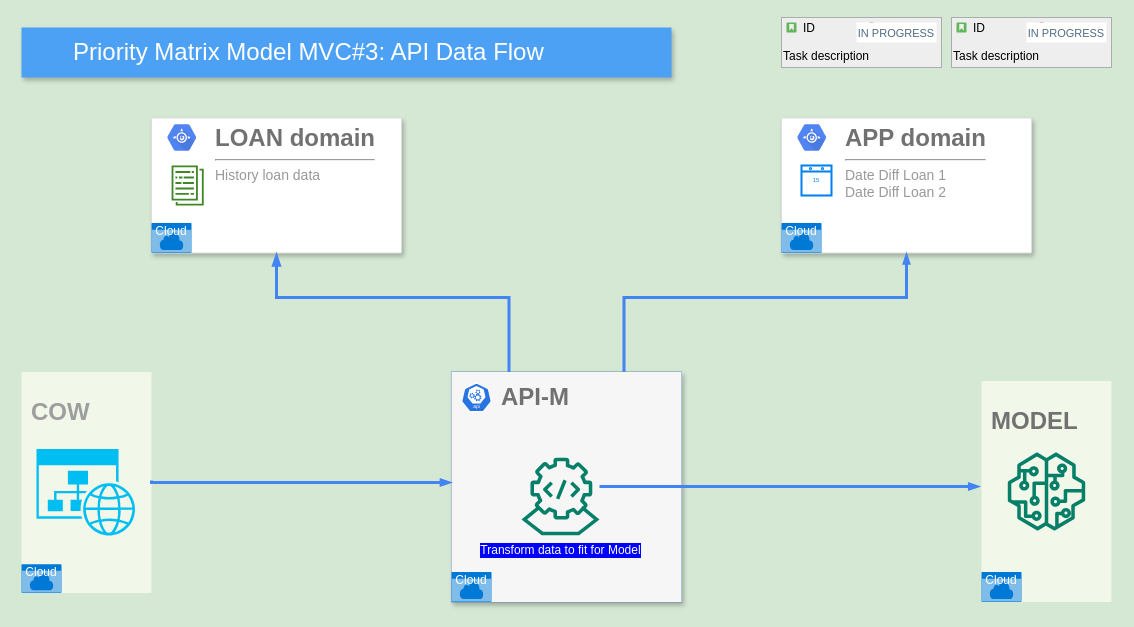
Above: Copy of PriorityMatrixAPIDataFlow.drawio in kencheril/keep (draw.io), before the change. Source tidied: cells renumbered, new cells numbered last; positions are measured from the earlier drawing's top-left corner, leaving out a move shared by most shapes. Both pictures are drawn from the tidied source at 100%, with x=0, y=0 at pixel (21, 17).
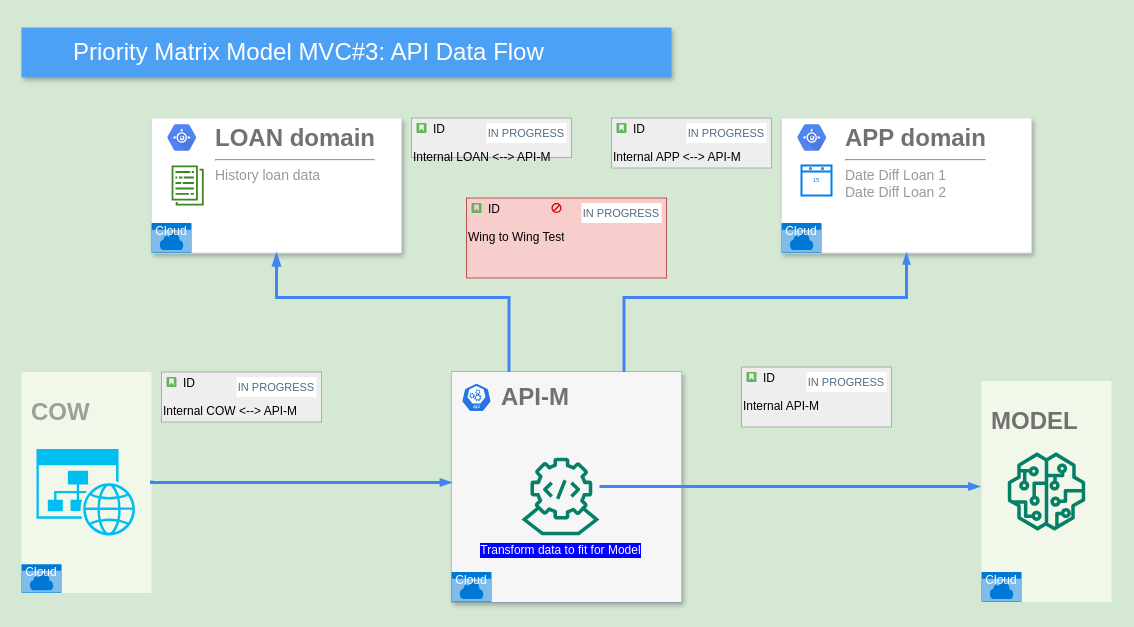
The same page after the edit.

Change to the diagram source:
```diff
@@
-    <mxCell id="30" value="Task description" style="html=1;shadow=0;dashed=0;shape=mxgraph.atlassian.issue;issueType=story;issuePriority=blocker;issueStatus=inProgress;verticalAlign=top;align=left;whiteSpace=wrap;overflow=hidden;spacingTop=25;strokeColor=#A8ADB0;fillColor=#EEEEEE;fontSize=12;backgroundOutline=1;sketch=0;" parent="1" vertex="1">
-      <mxGeometry x="760" width="160" height="50" as="geometry" />
+    <mxCell id="30" value="Internal COW &amp;lt;--&amp;gt; API-M" style="html=1;shadow=0;dashed=0;shape=mxgraph.atlassian.issue;issueType=story;issuePriority=blocker;issueStatus=inProgress;verticalAlign=top;align=left;whiteSpace=wrap;overflow=hidden;spacingTop=25;strokeColor=#A8ADB0;fillColor=#EEEEEE;fontSize=12;backgroundOutline=1;sketch=0;" parent="1" vertex="1">
+      <mxGeometry x="140" y="354.5" width="160" height="50" as="geometry" />
     </mxCell>
@@
-    <mxCell id="32" value="Task description" style="html=1;shadow=0;dashed=0;shape=mxgraph.atlassian.issue;issueType=story;issuePriority=blocker;issueStatus=inProgress;verticalAlign=top;align=left;whiteSpace=wrap;overflow=hidden;spacingTop=25;strokeColor=#A8ADB0;fillColor=#EEEEEE;fontSize=12;backgroundOutline=1;sketch=0;" parent="1" vertex="1">
-      <mxGeometry x="930" width="160" height="50" as="geometry" />
+    <mxCell id="32" value="Internal LOAN &amp;lt;--&amp;gt; API-M" style="html=1;shadow=0;dashed=0;shape=mxgraph.atlassian.issue;issueType=story;issuePriority=blocker;issueStatus=inProgress;verticalAlign=top;align=left;whiteSpace=wrap;overflow=hidden;spacingTop=25;strokeColor=#A8ADB0;fillColor=#EEEEEE;fontSize=12;backgroundOutline=1;sketch=0;" parent="1" vertex="1">
+      <mxGeometry x="390" y="100.5" width="160" height="39.5" as="geometry" />
     </mxCell>
@@
+    <mxCell id="34" value="Internal APP &amp;lt;--&amp;gt; API-M" style="html=1;shadow=0;dashed=0;shape=mxgraph.atlassian.issue;issueType=story;issuePriority=blocker;issueStatus=inProgress;verticalAlign=top;align=left;whiteSpace=wrap;overflow=hidden;spacingTop=25;strokeColor=#A8ADB0;fillColor=#EEEEEE;fontSize=12;backgroundOutline=1;sketch=0;" parent="1" vertex="1">
+      <mxGeometry x="590" y="100.5" width="160" height="50" as="geometry" />
+    </mxCell>
+    <mxCell id="35" value="ID" style="strokeColor=none;fillColor=none;align=left;" parent="34" vertex="1">
+      <mxGeometry width="60" height="20" relative="1" as="geometry">
+        <mxPoint x="20" as="offset" />
+      </mxGeometry>
+    </mxCell>
+    <mxCell id="36" value="Internal API-M" style="html=1;shadow=0;dashed=0;shape=mxgraph.atlassian.issue;issueType=story;issuePriority=blocker;issueStatus=inProgress;verticalAlign=top;align=left;whiteSpace=wrap;overflow=hidden;spacingTop=25;strokeColor=#A8ADB0;fillColor=#EEEEEE;fontSize=12;backgroundOutline=1;sketch=0;" parent="1" vertex="1">
+      <mxGeometry x="720" y="349.5" width="150" height="60" as="geometry" />
+    </mxCell>
+    <mxCell id="37" value="ID" style="strokeColor=none;fillColor=none;align=left;" parent="36" vertex="1">
+      <mxGeometry width="60" height="20" relative="1" as="geometry">
+        <mxPoint x="20" as="offset" />
+      </mxGeometry>
+    </mxCell>
+    <mxCell id="38" value="Wing to Wing Test" style="html=1;shadow=0;dashed=0;shape=mxgraph.atlassian.issue;issueType=story;issuePriority=blocker;issueStatus=inProgress;verticalAlign=top;align=left;whiteSpace=wrap;overflow=hidden;spacingTop=25;strokeColor=#b85450;fillColor=#f8cecc;fontSize=12;backgroundOutline=1;sketch=0;" parent="1" vertex="1">
+      <mxGeometry x="445" y="180.5" width="200" height="80" as="geometry" />
+    </mxCell>
+    <mxCell id="39" value="ID" style="strokeColor=none;fillColor=none;align=left;" parent="38" vertex="1">
+      <mxGeometry width="60" height="20" relative="1" as="geometry">
+        <mxPoint x="20" as="offset" />
+      </mxGeometry>
+    </mxCell>
```
